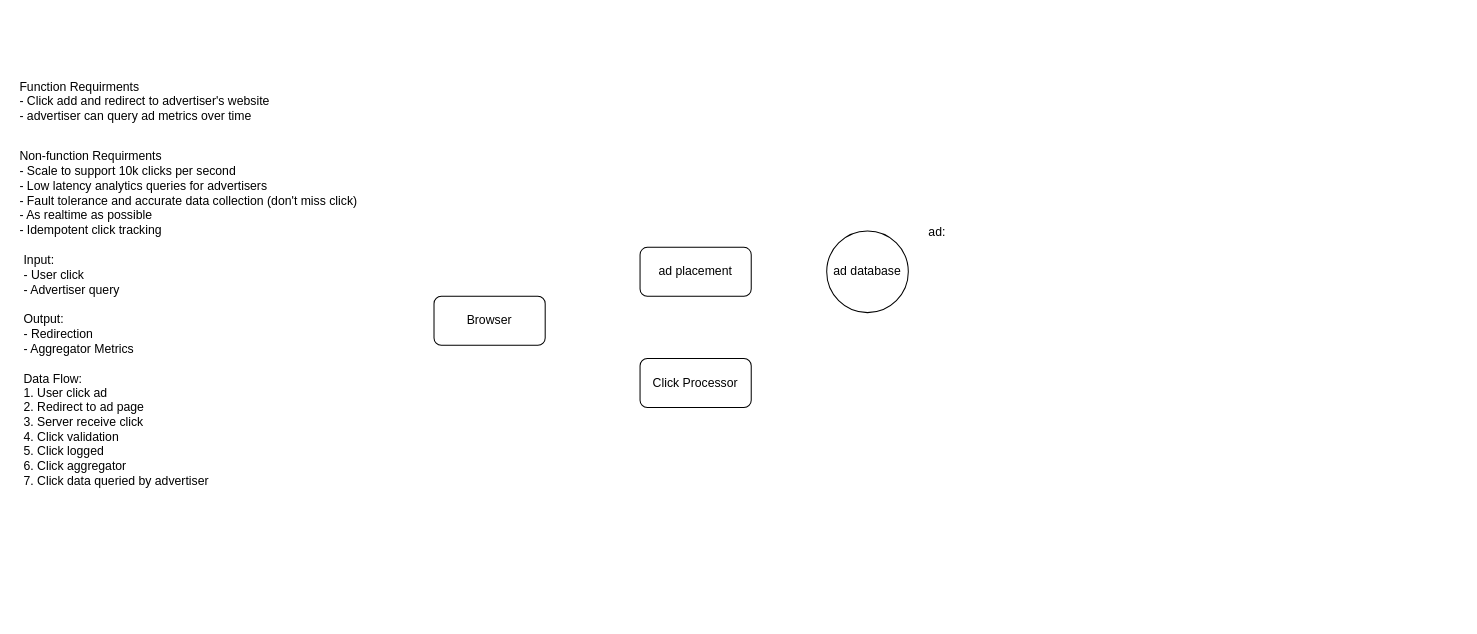
Above: charts/ad_click_aggregator.drawio in Melonhide/system_design_notes (draw.io), before the change. Source tidied: cells renumbered, new cells numbered last; positions are measured from the earlier drawing's top-left corner, leaving out a move shared by most shapes. Both pictures are drawn from the tidied source at 102%, with x=0, y=0 at pixel (17, 72).
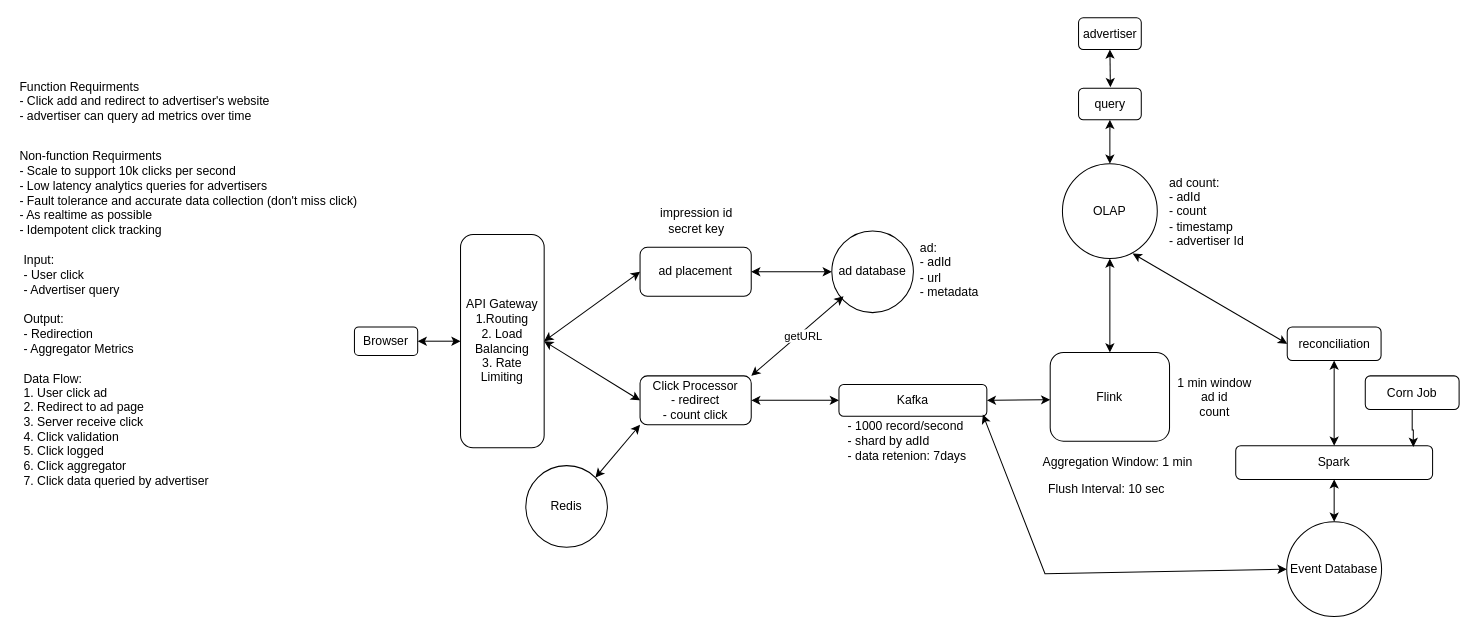
Above is the later version.

Commit message (it also covers changes not shown here):
ad click aggregator complete

Unchanged cells that the change refers to:
```xml
<mxCell id="7" value="ad placement" style="rounded=1;whiteSpace=wrap;html=1;" parent="1" vertex="1">
  <mxGeometry x="610" y="171" width="109" height="48" as="geometry" />
</mxCell>
```

What changed in the source:
```diff
@@
-    <mxCell id="5" value="Browser" style="rounded=1;whiteSpace=wrap;html=1;" parent="1" vertex="1">
-      <mxGeometry x="408" y="219" width="109" height="48" as="geometry" />
+    <mxCell id="5" value="API Gateway&lt;div&gt;1.Routing&lt;/div&gt;&lt;div&gt;2. Load Balancing&lt;/div&gt;&lt;div&gt;3. Rate Limiting&lt;/div&gt;" style="rounded=1;whiteSpace=wrap;html=1;" parent="1" vertex="1">
+      <mxGeometry x="434" y="158.5" width="82" height="209" as="geometry" />
     </mxCell>
-    <mxCell id="6" value="Click Processor" style="rounded=1;whiteSpace=wrap;html=1;" parent="1" vertex="1">
-      <mxGeometry x="610" y="280" width="109" height="48" as="geometry" />
+    <mxCell id="6" value="Click Processor&lt;div&gt;- redirect&lt;/div&gt;&lt;div&gt;- count click&lt;/div&gt;" style="rounded=1;whiteSpace=wrap;html=1;" parent="1" vertex="1">
+      <mxGeometry x="610" y="297" width="109" height="48" as="geometry" />
     </mxCell>
@@
     <mxCell id="8" value="ad database" style="ellipse;whiteSpace=wrap;html=1;" parent="1" vertex="1">
-      <mxGeometry x="793" y="155" width="80" height="80" as="geometry" />
+      <mxGeometry x="798" y="155" width="80" height="80" as="geometry" />
     </mxCell>
-    <mxCell id="9" value="ad:&lt;div&gt;&lt;br&gt;&lt;/div&gt;" style="text;html=1;align=center;verticalAlign=middle;strokeColor=none;fillColor=none;" parent="1" vertex="1">
-      <mxGeometry x="883" y="142" width="35" height="41" as="geometry" />
+    <mxCell id="9" value="&lt;div style=&quot;text-align: left;&quot;&gt;&lt;span style=&quot;background-color: transparent; color: light-dark(rgb(0, 0, 0), rgb(255, 255, 255));&quot;&gt;ad:&lt;/span&gt;&lt;/div&gt;&lt;div style=&quot;text-align: left;&quot;&gt;&lt;span style=&quot;background-color: transparent; color: light-dark(rgb(0, 0, 0), rgb(255, 255, 255)); text-align: center;&quot;&gt;- adId&lt;/span&gt;&lt;/div&gt;&lt;div style=&quot;text-align: left;&quot;&gt;- url&lt;/div&gt;&lt;div style=&quot;text-align: left;&quot;&gt;- metadata&lt;/div&gt;" style="text;html=1;align=center;verticalAlign=middle;strokeColor=none;fillColor=none;" parent="1" vertex="1">
+      <mxGeometry x="875" y="158" width="75" height="70" as="geometry" />
     </mxCell>
+    <mxCell id="10" style="endArrow=classic;startArrow=classic;html=1;rounded=0;entryX=0;entryY=0.5;entryDx=0;entryDy=0;" parent="1" edge="1" source="7" target="8">
+      <mxGeometry relative="1" as="geometry" />
+    </mxCell>
+    <mxCell id="11" style="endArrow=classic;startArrow=classic;html=1;rounded=0;exitX=1;exitY=0.5;exitDx=0;exitDy=0;entryX=0;entryY=0.5;entryDx=0;entryDy=0;" parent="1" edge="1" source="5" target="7">
+      <mxGeometry relative="1" as="geometry" />
+    </mxCell>
+    <mxCell id="12" style="endArrow=classic;startArrow=classic;html=1;rounded=0;exitX=1;exitY=0.5;exitDx=0;exitDy=0;entryX=0;entryY=0.5;entryDx=0;entryDy=0;" parent="1" edge="1" source="5" target="6">
+      <mxGeometry relative="1" as="geometry" />
+    </mxCell>
+    <mxCell id="13" style="endArrow=classic;startArrow=classic;html=1;rounded=0;exitX=1;exitY=0.5;exitDx=0;exitDy=0;entryX=0;entryY=0.5;entryDx=0;entryDy=0;" parent="1" edge="1" source="6" target="22">
+      <mxGeometry relative="1" as="geometry" />
+    </mxCell>
+    <mxCell id="14" value="advertiser" style="rounded=1;whiteSpace=wrap;html=1;" parent="1" vertex="1">
+      <mxGeometry x="1039.9" y="-54" width="61.5" height="31" as="geometry" />
+    </mxCell>
+    <mxCell id="15" style="endArrow=classic;startArrow=classic;html=1;rounded=0;exitX=0.5;exitY=1;exitDx=0;exitDy=0;" parent="1" edge="1" source="14">
+      <mxGeometry relative="1" as="geometry">
+        <mxPoint x="1071.1" y="14" as="targetPoint" />
+      </mxGeometry>
+    </mxCell>
+    <mxCell id="16" style="endArrow=classic;startArrow=classic;html=1;rounded=0;entryX=1;entryY=0;entryDx=0;entryDy=0;exitX=0.144;exitY=0.8;exitDx=0;exitDy=0;exitPerimeter=0;" parent="1" edge="1" source="8" target="6">
+      <mxGeometry relative="1" as="geometry" />
+    </mxCell>
+    <mxCell id="17" value="getURL" style="edgeLabel;html=1;align=center;verticalAlign=middle;" parent="16" vertex="1">
+      <mxGeometry x="-0.06" y="3" relative="1" as="geometry" />
+    </mxCell>
+    <mxCell id="18" value="OLAP" style="ellipse;whiteSpace=wrap;html=1;" parent="1" vertex="1">
+      <mxGeometry x="1024.1" y="89" width="93" height="93" as="geometry" />
+    </mxCell>
+    <mxCell id="19" value="query" style="rounded=1;whiteSpace=wrap;html=1;" parent="1" vertex="1">
+      <mxGeometry x="1039.9" y="15" width="61.5" height="31" as="geometry" />
+    </mxCell>
+    <mxCell id="20" style="endArrow=classic;startArrow=classic;html=1;rounded=0;entryX=0.5;entryY=0;entryDx=0;entryDy=0;exitX=0.5;exitY=1;exitDx=0;exitDy=0;" parent="1" edge="1" source="19" target="18">
+      <mxGeometry relative="1" as="geometry" />
+    </mxCell>
+    <mxCell id="21" value="ad count:&lt;div&gt;- adId&lt;/div&gt;&lt;div&gt;- count&lt;/div&gt;&lt;div&gt;- timestamp&lt;/div&gt;&lt;div&gt;- advertiser Id&lt;/div&gt;" style="text;html=1;align=left;verticalAlign=middle;strokeColor=none;fillColor=none;" parent="1" vertex="1">
+      <mxGeometry x="1127" y="94" width="91" height="84" as="geometry" />
+    </mxCell>
+    <mxCell id="22" value="Kafka" style="rounded=1;whiteSpace=wrap;html=1;" parent="1" vertex="1">
+      <mxGeometry x="805" y="305.5" width="145" height="31" as="geometry" />
+    </mxCell>
+    <mxCell id="23" value="Flink" style="rounded=1;whiteSpace=wrap;html=1;" parent="1" vertex="1">
+      <mxGeometry x="1012.1" y="274" width="117" height="87" as="geometry" />
+    </mxCell>
+    <mxCell id="24" value="1 min window&lt;div&gt;ad id&lt;/div&gt;&lt;div&gt;count&lt;/div&gt;" style="text;html=1;align=center;verticalAlign=middle;strokeColor=none;fillColor=none;" parent="1" vertex="1">
+      <mxGeometry x="1127" y="290" width="91" height="55" as="geometry" />
+    </mxCell>
+    <mxCell id="25" style="endArrow=classic;startArrow=classic;html=1;rounded=0;exitX=1;exitY=0.5;exitDx=0;exitDy=0;entryX=0;entryY=0.534;entryDx=0;entryDy=0;entryPerimeter=0;" parent="1" edge="1" source="22" target="23">
+      <mxGeometry relative="1" as="geometry" />
+    </mxCell>
+    <mxCell id="26" style="endArrow=classic;startArrow=classic;html=1;rounded=0;exitX=0.5;exitY=1;exitDx=0;exitDy=0;" parent="1" edge="1" source="18" target="23">
+      <mxGeometry relative="1" as="geometry" />
+    </mxCell>
+    <mxCell id="27" value="Aggregation Window: 1 min" style="text;html=1;align=center;verticalAlign=middle;strokeColor=none;fillColor=none;" parent="1" vertex="1">
+      <mxGeometry x="995" y="369" width="165" height="26" as="geometry" />
+    </mxCell>
+    <mxCell id="28" value="Flush Interval: 10 sec" style="text;html=1;align=center;verticalAlign=middle;strokeColor=none;fillColor=none;" parent="1" vertex="1">
+      <mxGeometry x="1001" y="395" width="132" height="26" as="geometry" />
+    </mxCell>
+    <mxCell id="29" value="Browser" style="rounded=1;whiteSpace=wrap;html=1;" parent="1" vertex="1">
+      <mxGeometry x="330" y="249" width="62" height="28" as="geometry" />
+    </mxCell>
+    <mxCell id="30" style="endArrow=classic;startArrow=classic;html=1;rounded=0;exitX=1;exitY=0.5;exitDx=0;exitDy=0;entryX=0;entryY=0.5;entryDx=0;entryDy=0;" parent="1" edge="1" source="29" target="5">
+      <mxGeometry relative="1" as="geometry" />
+    </mxCell>
+    <mxCell id="31" value="- 1000 record/second&lt;div&gt;- shard by adId&lt;/div&gt;&lt;div&gt;- data retenion: 7days&lt;/div&gt;" style="text;html=1;align=left;verticalAlign=middle;strokeColor=none;fillColor=none;" parent="1" vertex="1">
+      <mxGeometry x="812" y="333" width="134" height="55" as="geometry" />
+    </mxCell>
+    <mxCell id="32" value="Event Database" style="ellipse;whiteSpace=wrap;html=1;" parent="1" vertex="1">
+      <mxGeometry x="1244" y="440" width="93" height="93" as="geometry" />
+    </mxCell>
+    <mxCell id="33" style="endArrow=classic;startArrow=classic;html=1;rounded=0;exitX=0.973;exitY=0.948;exitDx=0;exitDy=0;exitPerimeter=0;entryX=0;entryY=0.5;entryDx=0;entryDy=0;" parent="1" edge="1" source="22" target="32">
+      <mxGeometry relative="1" as="geometry">
+        <Array as="points">
+          <mxPoint x="1007" y="491" />
+        </Array>
+      </mxGeometry>
+    </mxCell>
+    <mxCell id="34" value="reconciliation" style="rounded=1;whiteSpace=wrap;html=1;" parent="1" vertex="1">
+      <mxGeometry x="1244.5" y="249" width="92" height="33" as="geometry" />
+    </mxCell>
+    <mxCell id="35" style="endArrow=classic;startArrow=classic;html=1;rounded=0;exitX=0;exitY=0.5;exitDx=0;exitDy=0;entryX=0.74;entryY=0.946;entryDx=0;entryDy=0;entryPerimeter=0;" parent="1" edge="1" source="34" target="18">
+      <mxGeometry relative="1" as="geometry" />
+    </mxCell>
+    <mxCell id="36" style="endArrow=classic;startArrow=classic;html=1;rounded=0;exitX=0.5;exitY=0;exitDx=0;exitDy=0;entryX=0.5;entryY=1;entryDx=0;entryDy=0;" parent="1" edge="1" source="32" target="37">
+      <mxGeometry relative="1" as="geometry" />
+    </mxCell>
+    <mxCell id="37" value="Spark" style="rounded=1;whiteSpace=wrap;html=1;" parent="1" vertex="1">
+      <mxGeometry x="1194" y="365.5" width="193" height="33" as="geometry" />
+    </mxCell>
+    <mxCell id="38" value="Corn Job" style="rounded=1;whiteSpace=wrap;html=1;" parent="1" vertex="1">
+      <mxGeometry x="1321" y="297" width="92" height="33" as="geometry" />
+    </mxCell>
+    <mxCell id="39" style="endArrow=classic;startArrow=classic;html=1;rounded=0;exitX=0.5;exitY=0;exitDx=0;exitDy=0;entryX=0.5;entryY=1;entryDx=0;entryDy=0;" parent="1" edge="1" source="37" target="34">
+      <mxGeometry relative="1" as="geometry" />
+    </mxCell>
+    <mxCell id="40" style="edgeStyle=orthogonalEdgeStyle;rounded=0;jettySize=auto;html=1;entryX=0.902;entryY=0.034;entryDx=0;entryDy=0;entryPerimeter=0;" parent="1" edge="1" source="38" target="37">
+      <mxGeometry relative="1" as="geometry" />
+    </mxCell>
+    <mxCell id="41" value="impression id&lt;div&gt;secret key&lt;/div&gt;" style="text;html=1;align=center;verticalAlign=middle;strokeColor=none;fillColor=none;" parent="1" vertex="1">
+      <mxGeometry x="620" y="124" width="89" height="41" as="geometry" />
+    </mxCell>
+    <mxCell id="42" value="Redis" style="ellipse;whiteSpace=wrap;html=1;" parent="1" vertex="1">
+      <mxGeometry x="498" y="385" width="80" height="80" as="geometry" />
+    </mxCell>
+    <mxCell id="43" style="endArrow=classic;startArrow=classic;html=1;rounded=0;exitX=1;exitY=0;exitDx=0;exitDy=0;entryX=0;entryY=1;entryDx=0;entryDy=0;" parent="1" edge="1" source="42" target="6">
+      <mxGeometry relative="1" as="geometry" />
+    </mxCell>
```
